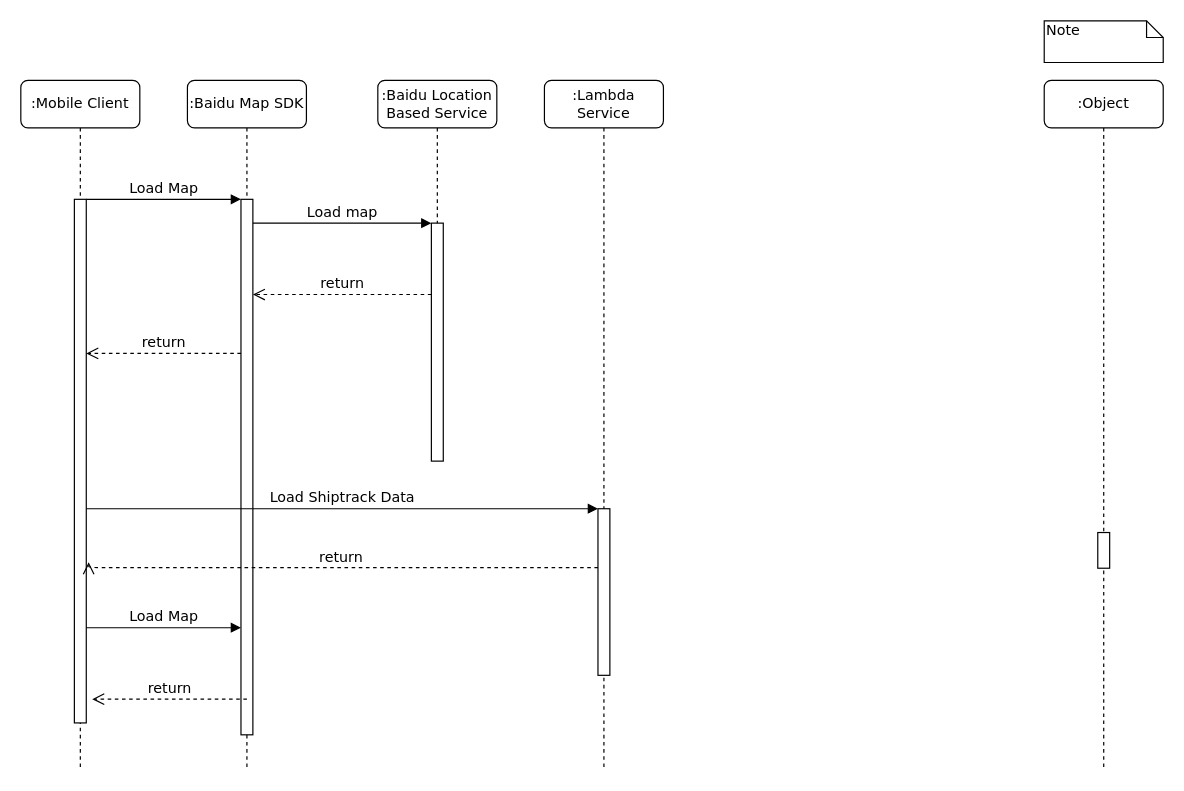
Earlier version of the draw.io diagram baidumapDataFlow.drawio (ItCrazyer/hello-world). Source tidied: cells renumbered, new cells numbered last; positions are measured from the earlier drawing's top-left corner, leaving out a move shared by most shapes. Both pictures are drawn from the tidied source at 119%, with x=0, y=0 at pixel (20, 20).
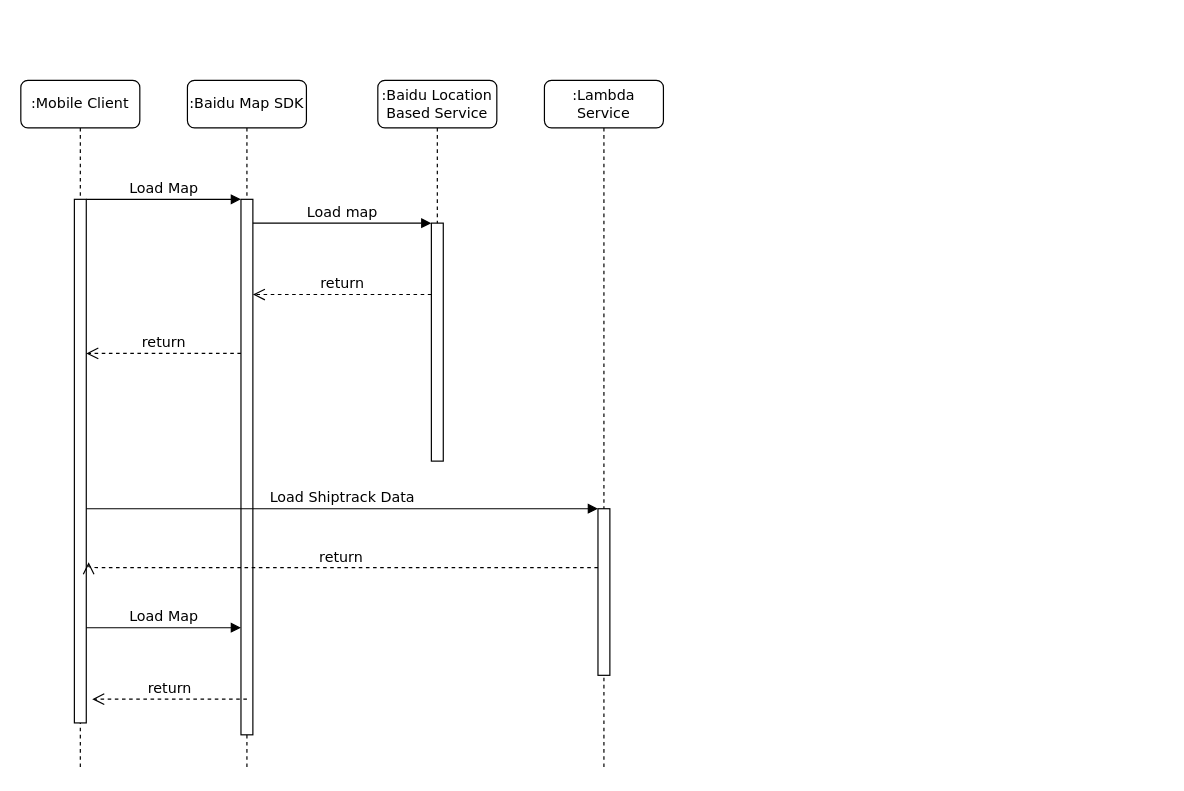
The same page after the edit.

Diff of the diagram source:
```diff
@@
-    <mxCell id="7" value=":Object" style="shape=umlLifeline;perimeter=lifelinePerimeter;whiteSpace=wrap;html=1;rounded=1;shadow=0;comic=0;labelBackgroundColor=none;strokeColor=#000000;strokeWidth=1;fillColor=#FFFFFF;fontFamily=Verdana;fontSize=12;fontColor=#000000;align=center;" parent="1" vertex="1">
-      <mxGeometry x="860" y="50" width="100" height="580" as="geometry" />
-    </mxCell>
@@
-    <mxCell id="12" style="html=1;perimeter=orthogonalPerimeter;rounded=0;shadow=0;comic=0;labelBackgroundColor=none;strokeColor=#000000;strokeWidth=1;fillColor=#FFFFFF;fontFamily=Verdana;fontSize=12;fontColor=#000000;align=center;" parent="1" vertex="1">
-      <mxGeometry x="905" y="430" width="10" height="30" as="geometry" />
-    </mxCell>
@@
-    <mxCell id="15" value="Note" style="shape=note;whiteSpace=wrap;html=1;size=14;verticalAlign=top;align=left;spacingTop=-6;rounded=0;shadow=0;comic=0;labelBackgroundColor=none;strokeColor=#000000;strokeWidth=1;fillColor=#FFFFFF;fontFamily=Verdana;fontSize=12;fontColor=#000000;" parent="1" vertex="1">
-      <mxGeometry x="860" width="100" height="35" as="geometry" />
-    </mxCell>
```
